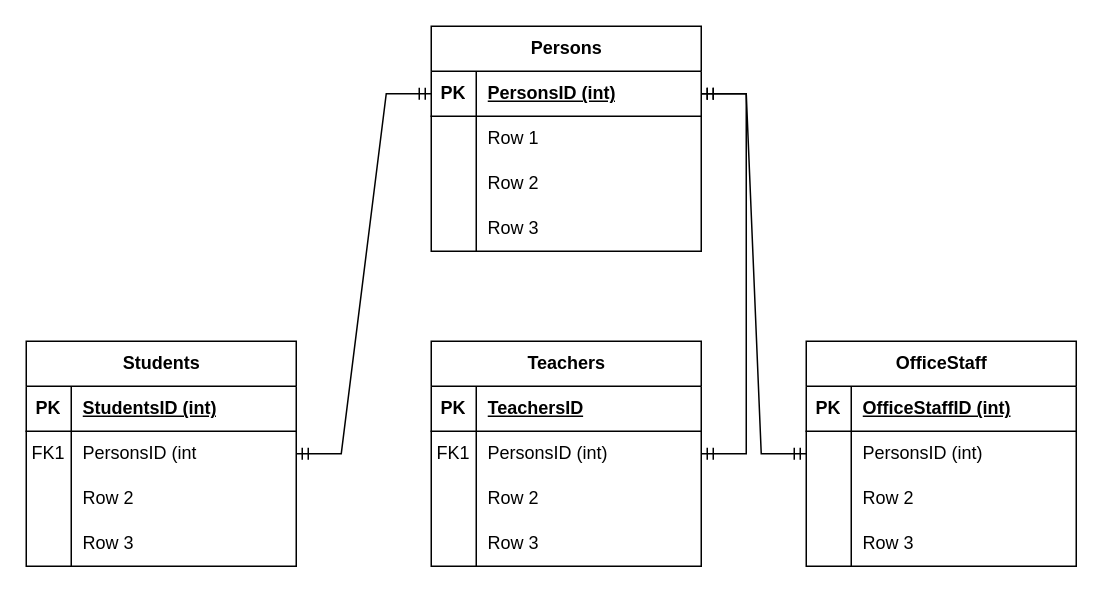
Earlier version of the draw.io diagram Diagramma senza titolo.drawio (federico-mariconti/SIAM-1838). Source tidied: cells renumbered, new cells numbered last; positions are measured from the earlier drawing's top-left corner, leaving out a move shared by most shapes. Both pictures are drawn from the tidied source at 150%, with x=0, y=0 at pixel (26, 26).
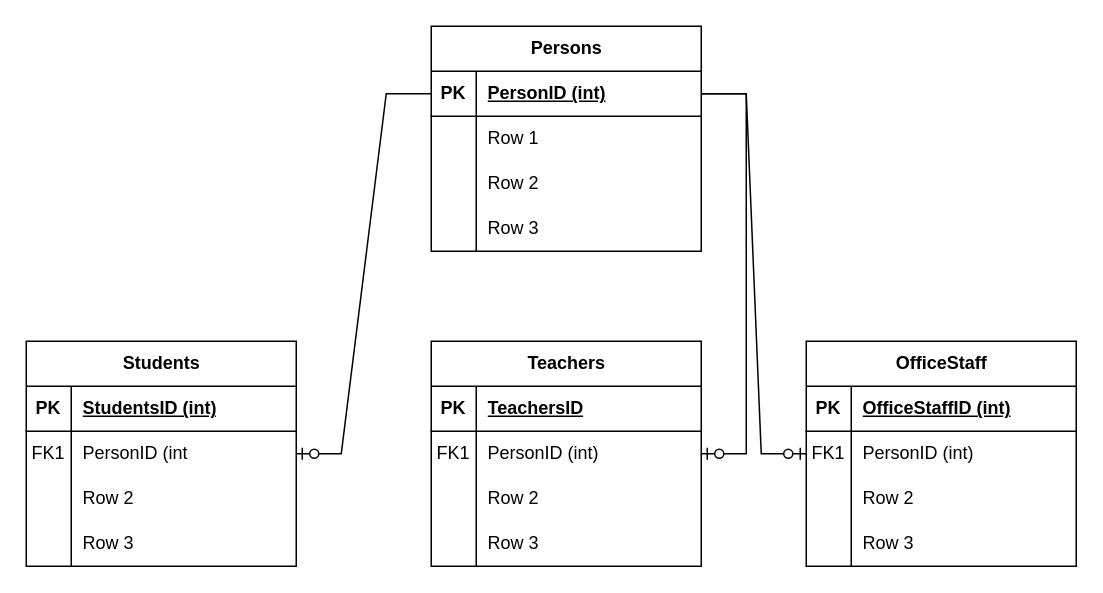
The same page after the edit.

Unchanged cells that the change refers to:
```xml
<mxCell id="3" style="shape=tableRow;horizontal=0;startSize=0;swimlaneHead=0;swimlaneBody=0;fillColor=none;points=[[0,0.5],[1,0.5]];portConstraint=eastwest;top=0;left=0;right=0;bottom=1;" parent="2" vertex="1">
  <mxGeometry y="30" width="180" height="30" as="geometry" />
</mxCell>
<mxCell id="19" style="shape=tableRow;horizontal=0;startSize=0;swimlaneHead=0;swimlaneBody=0;fillColor=none;points=[[0,0.5],[1,0.5]];portConstraint=eastwest;top=0;left=0;right=0;bottom=0;" parent="15" vertex="1">
  <mxGeometry y="60" width="180" height="30" as="geometry" />
</mxCell>
<mxCell id="32" style="shape=tableRow;horizontal=0;startSize=0;swimlaneHead=0;swimlaneBody=0;fillColor=none;points=[[0,0.5],[1,0.5]];portConstraint=eastwest;top=0;left=0;right=0;bottom=0;" parent="28" vertex="1">
  <mxGeometry y="60" width="180" height="30" as="geometry" />
</mxCell>
<mxCell id="45" style="shape=tableRow;horizontal=0;startSize=0;swimlaneHead=0;swimlaneBody=0;fillColor=none;points=[[0,0.5],[1,0.5]];portConstraint=eastwest;top=0;left=0;right=0;bottom=0;" parent="41" vertex="1">
  <mxGeometry y="60" width="180" height="30" as="geometry" />
</mxCell>
```

The edit, as a diff of the source:
```diff
@@
-    <mxCell id="5" value="PersonsID (int)" style="shape=partialRectangle;fillColor=none;top=0;left=0;bottom=0;right=0;align=left;spacingLeft=6;fontStyle=5;overflow=hidden;whiteSpace=wrap;html=1;" parent="3" vertex="1">
+    <mxCell id="5" value="PersonID (int)" style="shape=partialRectangle;fillColor=none;top=0;left=0;bottom=0;right=0;align=left;spacingLeft=6;fontStyle=5;overflow=hidden;whiteSpace=wrap;html=1;" parent="3" vertex="1">
       <mxGeometry x="30" width="150" height="30" as="geometry" />
     </mxCell>
@@
-    <mxCell id="21" value="PersonsID (int" style="shape=partialRectangle;fillColor=none;top=0;left=0;bottom=0;right=0;align=left;spacingLeft=6;overflow=hidden;whiteSpace=wrap;html=1;" parent="19" vertex="1">
+    <mxCell id="21" value="PersonID (int" style="shape=partialRectangle;fillColor=none;top=0;left=0;bottom=0;right=0;align=left;spacingLeft=6;overflow=hidden;whiteSpace=wrap;html=1;" parent="19" vertex="1">
       <mxGeometry x="30" width="150" height="30" as="geometry" />
     </mxCell>
@@
-    <mxCell id="34" value="PersonsID (int)" style="shape=partialRectangle;fillColor=none;top=0;left=0;bottom=0;right=0;align=left;spacingLeft=6;overflow=hidden;whiteSpace=wrap;html=1;" parent="32" vertex="1">
+    <mxCell id="34" value="PersonID (int)" style="shape=partialRectangle;fillColor=none;top=0;left=0;bottom=0;right=0;align=left;spacingLeft=6;overflow=hidden;whiteSpace=wrap;html=1;" parent="32" vertex="1">
       <mxGeometry x="30" width="150" height="30" as="geometry" />
     </mxCell>
@@
-    <mxCell id="46" style="shape=partialRectangle;fillColor=none;top=0;left=0;bottom=0;right=0;overflow=hidden;whiteSpace=wrap;html=1;" parent="45" vertex="1">
+    <mxCell id="46" value="FK1" style="shape=partialRectangle;fillColor=none;top=0;left=0;bottom=0;right=0;overflow=hidden;whiteSpace=wrap;html=1;" parent="45" vertex="1">
       <mxGeometry width="30" height="30" as="geometry" />
     </mxCell>
-    <mxCell id="47" value="PersonsID (int)" style="shape=partialRectangle;fillColor=none;top=0;left=0;bottom=0;right=0;align=left;spacingLeft=6;overflow=hidden;whiteSpace=wrap;html=1;" parent="45" vertex="1">
+    <mxCell id="47" value="PersonID (int)" style="shape=partialRectangle;fillColor=none;top=0;left=0;bottom=0;right=0;align=left;spacingLeft=6;overflow=hidden;whiteSpace=wrap;html=1;" parent="45" vertex="1">
       <mxGeometry x="30" width="150" height="30" as="geometry" />
     </mxCell>
@@
-    <mxCell id="54" style="edgeStyle=entityRelationEdgeStyle;fontSize=12;html=1;endArrow=ERmandOne;startArrow=ERmandOne;rounded=0;" parent="1" edge="1" source="19" target="3">
-      <mxGeometry relative="1" as="geometry" />
-    </mxCell>
-    <mxCell id="55" style="edgeStyle=entityRelationEdgeStyle;fontSize=12;html=1;endArrow=ERmandOne;startArrow=ERmandOne;rounded=0;" parent="1" edge="1" source="32" target="3">
-      <mxGeometry relative="1" as="geometry" />
-    </mxCell>
-    <mxCell id="56" style="edgeStyle=entityRelationEdgeStyle;fontSize=12;html=1;endArrow=ERmandOne;startArrow=ERmandOne;rounded=0;" parent="1" edge="1" source="45" target="3">
-      <mxGeometry relative="1" as="geometry" />
-    </mxCell>
+    <mxCell id="57" style="edgeStyle=entityRelationEdgeStyle;fontSize=12;html=1;endArrow=ERzeroToOne;endFill=1;rounded=0;" parent="1" edge="1" source="3" target="19">
+      <mxGeometry relative="1" as="geometry" />
+    </mxCell>
+    <mxCell id="58" style="edgeStyle=entityRelationEdgeStyle;fontSize=12;html=1;endArrow=ERzeroToOne;endFill=1;rounded=0;" parent="1" edge="1" source="3" target="32">
+      <mxGeometry relative="1" as="geometry" />
+    </mxCell>
+    <mxCell id="59" style="edgeStyle=entityRelationEdgeStyle;fontSize=12;html=1;endArrow=ERzeroToOne;endFill=1;rounded=0;" parent="1" edge="1" source="3" target="45">
+      <mxGeometry relative="1" as="geometry" />
+    </mxCell>
```
